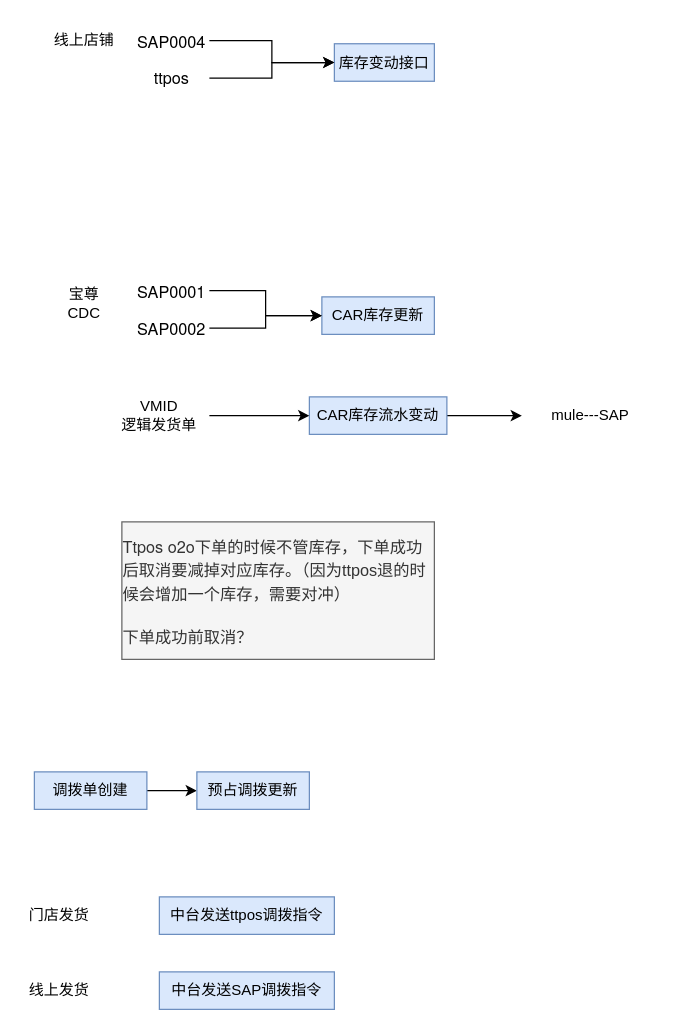
The draw.io diagram VF/VMID/库存变动同步.drawio in yeahsyoung/diagram, before the edit. Source tidied: cells renumbered, new cells numbered last; positions are measured from the earlier drawing's top-left corner, leaving out a move shared by most shapes. Both pictures are drawn from the tidied source at 125%, with x=0, y=0 at pixel (21, 21).
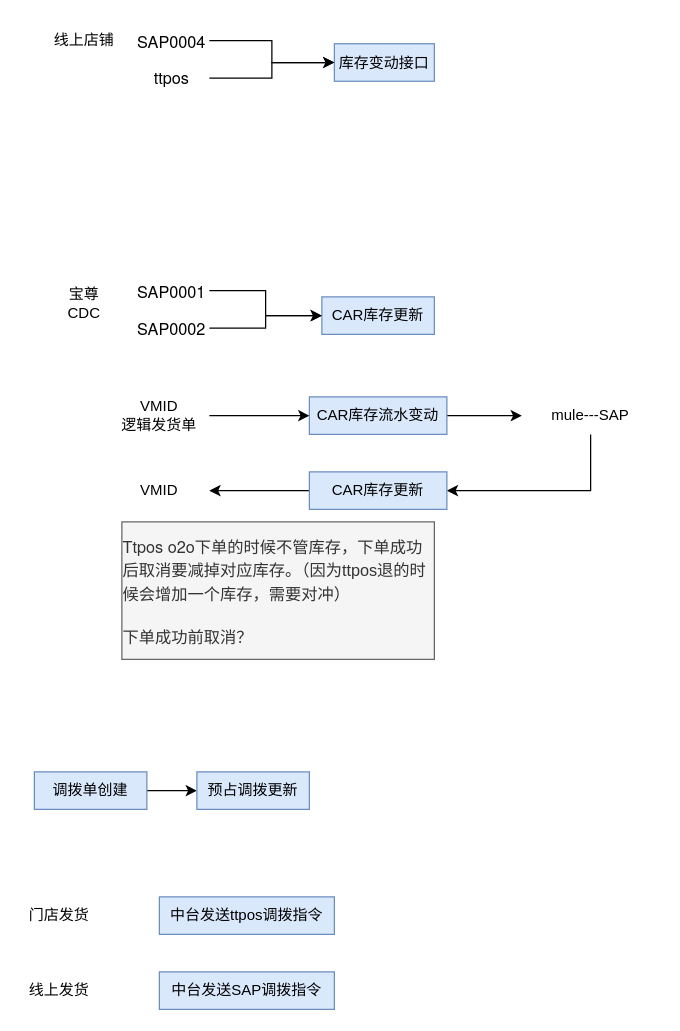
Above is the later version.

Commit message:
更新库存变动同步.drawio

Unchanged cells that the change refers to:
```xml
<mxCell id="19" value="mule---SAP" style="text;html=1;whiteSpace=wrap;strokeColor=none;fillColor=none;align=center;verticalAlign=middle;rounded=0;" parent="1" vertex="1">
  <mxGeometry x="400" y="300" width="110" height="30" as="geometry" />
</mxCell>
```

Change to the diagram source:
```diff
@@
+    <mxCell id="27" style="edgeStyle=orthogonalEdgeStyle;rounded=0;jettySize=auto;html=1;exitX=0.5;exitY=1;exitDx=0;exitDy=0;entryX=1;entryY=0.5;entryDx=0;entryDy=0;" parent="1" edge="1" source="19" target="29">
+      <mxGeometry relative="1" as="geometry" />
+    </mxCell>
@@
+    <mxCell id="28" style="edgeStyle=orthogonalEdgeStyle;rounded=0;jettySize=auto;html=1;exitX=0;exitY=0.5;exitDx=0;exitDy=0;entryX=1;entryY=0.5;entryDx=0;entryDy=0;" parent="1" edge="1" source="29" target="30">
+      <mxGeometry relative="1" as="geometry" />
+    </mxCell>
+    <mxCell id="29" value="CAR库存更新" style="text;html=1;whiteSpace=wrap;strokeColor=#6c8ebf;fillColor=#dae8fc;align=center;verticalAlign=middle;rounded=0;" parent="1" vertex="1">
+      <mxGeometry x="230" y="360" width="110" height="30" as="geometry" />
+    </mxCell>
+    <mxCell id="30" value="VMID" style="text;html=1;whiteSpace=wrap;strokeColor=none;fillColor=none;align=center;verticalAlign=middle;rounded=0;" parent="1" vertex="1">
+      <mxGeometry x="70" y="360" width="80" height="30" as="geometry" />
+    </mxCell>
```
